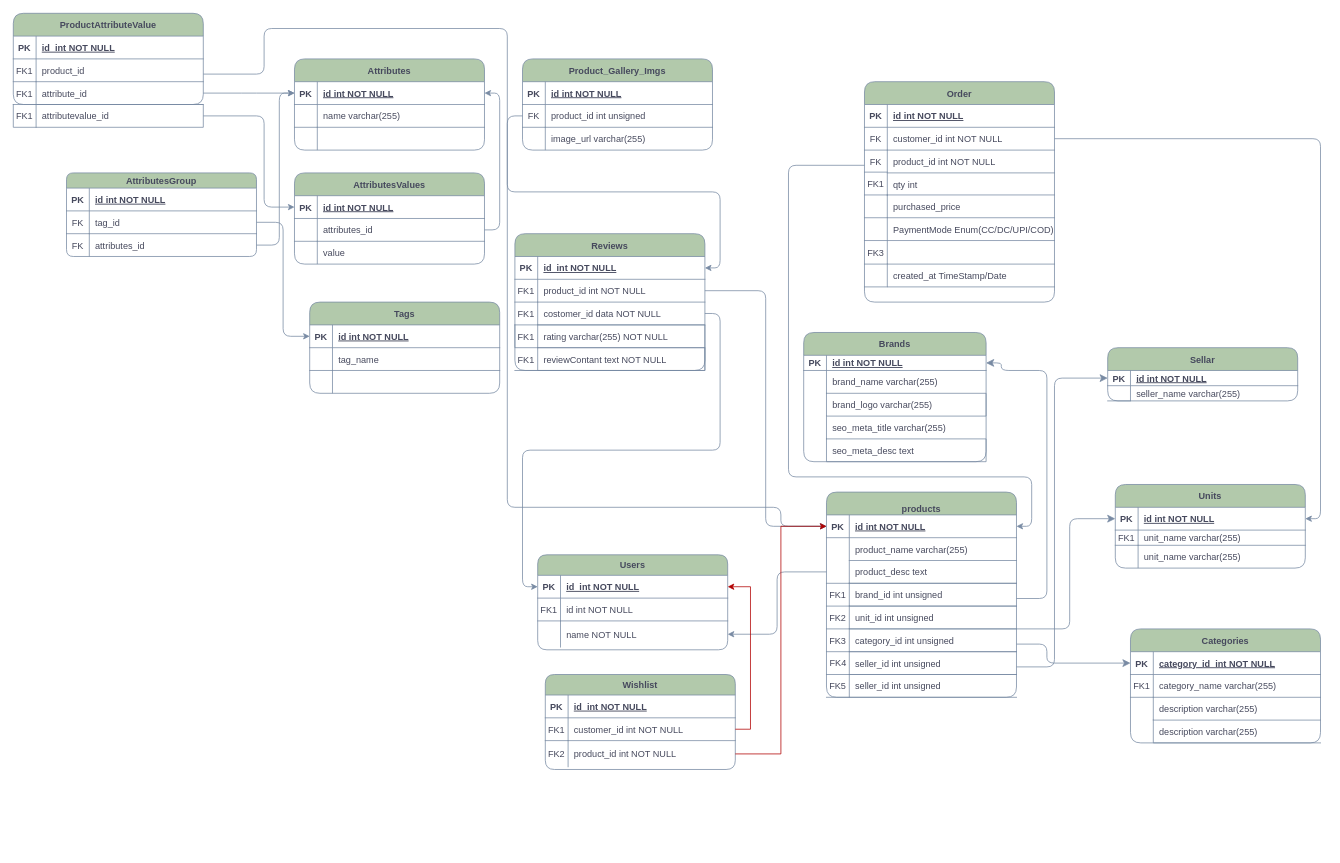
The draw.io diagram database/migrations/Untitled Diagram.drawio in Rajvirsingh617/ELECTRO, before the edit. Source tidied: cells renumbered, new cells numbered last; positions are measured from the earlier drawing's top-left corner, leaving out a move shared by most shapes. Both pictures are drawn from the tidied source at 76%, with x=0, y=0 at pixel (13, 13).
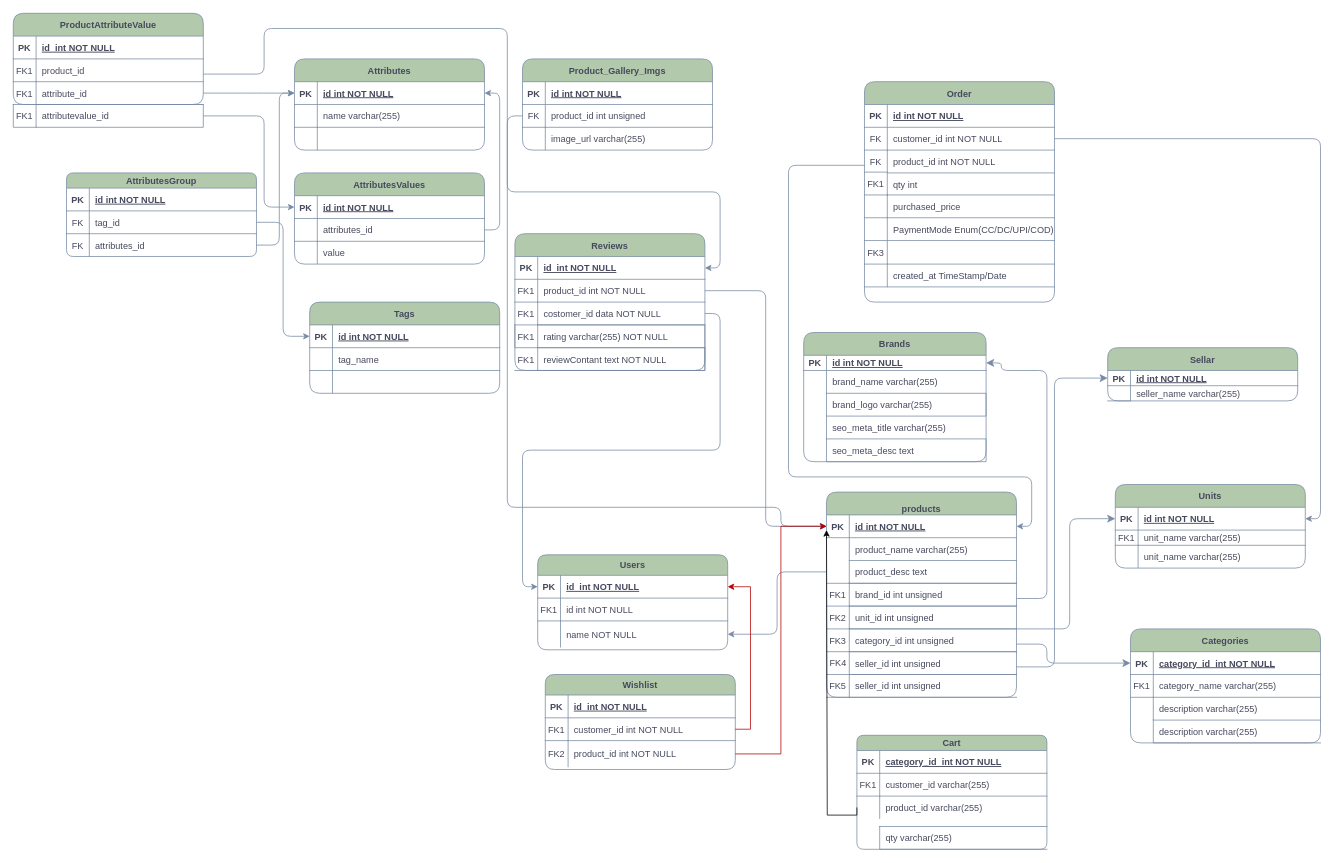
After the change.

What changed in the source:
```diff
@@
+    <mxCell id="208" style="group;labelBackgroundColor=none;fontColor=#46495D;rounded=1;" parent="1" vertex="1">
+      <mxGeometry x="1110" y="950" width="250" height="150" as="geometry" />
+    </mxCell>
+    <mxCell id="209" value="Cart" style="shape=table;startSize=20;childLayout=tableLayout;rowLines=0;fontStyle=1;align=center;labelBackgroundColor=none;fillColor=#B2C9AB;strokeColor=#788AA3;fontColor=#46495D;rounded=1;" parent="208" vertex="1">
+      <mxGeometry width="250" height="150" as="geometry" />
+    </mxCell>
+    <mxCell id="210" style="shape=partialRectangle;fillColor=none;top=0;left=0;right=0;bottom=1;labelBackgroundColor=none;strokeColor=#788AA3;fontColor=#46495D;rounded=1;" parent="209" vertex="1">
+      <mxGeometry y="20" width="250" height="30" as="geometry" />
+    </mxCell>
+    <mxCell id="211" value="PK" style="shape=partialRectangle;overflow=hidden;fillColor=none;top=0;left=0;bottom=0;right=0;fontStyle=1;labelBackgroundColor=none;strokeColor=#788AA3;fontColor=#46495D;rounded=1;" parent="210" vertex="1">
+      <mxGeometry width="30" height="30" as="geometry" />
+    </mxCell>
+    <mxCell id="212" value="category_id  int NOT NULL " style="shape=partialRectangle;overflow=hidden;fillColor=none;top=0;left=0;bottom=0;right=0;align=left;spacingLeft=6;fontStyle=5;labelBackgroundColor=none;strokeColor=#788AA3;fontColor=#46495D;rounded=1;" parent="210" vertex="1">
+      <mxGeometry x="30" width="220" height="30" as="geometry" />
+    </mxCell>
+    <mxCell id="213" style="shape=partialRectangle;fillColor=none;top=0;left=0;right=0;bottom=0;labelBackgroundColor=none;strokeColor=#788AA3;fontColor=#46495D;rounded=1;" parent="209" vertex="1">
+      <mxGeometry y="50" width="250" height="30" as="geometry" />
+    </mxCell>
+    <mxCell id="214" value="FK1" style="shape=partialRectangle;overflow=hidden;fillColor=none;top=0;left=0;bottom=1;right=0;labelBackgroundColor=none;strokeColor=#788AA3;fontColor=#46495D;rounded=1;" parent="213" vertex="1">
+      <mxGeometry width="30" height="30" as="geometry" />
+    </mxCell>
+    <mxCell id="215" value="customer_id varchar(255)" style="shape=partialRectangle;overflow=hidden;fillColor=none;top=0;left=0;bottom=0;right=0;align=left;spacingLeft=6;labelBackgroundColor=none;strokeColor=#788AA3;fontColor=#46495D;rounded=1;" parent="213" vertex="1">
+      <mxGeometry x="30" width="220" height="30" as="geometry" />
+    </mxCell>
+    <mxCell id="216" style="shape=partialRectangle;fillColor=none;points=[[0,0.5],[1,0.5]];portConstraint=eastwest;top=0;left=0;right=0;bottom=0;labelBackgroundColor=none;strokeColor=#788AA3;fontColor=#46495D;rounded=1;" parent="209" vertex="1">
+      <mxGeometry y="80" width="250" height="30" as="geometry" />
+    </mxCell>
+    <mxCell id="217" style="shape=partialRectangle;overflow=hidden;fillColor=none;top=0;left=0;bottom=0;right=0;labelBackgroundColor=none;strokeColor=#788AA3;fontColor=#46495D;rounded=1;" parent="216" vertex="1">
+      <mxGeometry width="30" height="30" as="geometry" />
+    </mxCell>
+    <mxCell id="218" value="product_id varchar(255)" style="shape=partialRectangle;overflow=hidden;fillColor=none;top=1;left=0;bottom=0;right=0;align=left;spacingLeft=6;labelBackgroundColor=none;strokeColor=#788AA3;fontColor=#46495D;rounded=1;" parent="216" vertex="1">
+      <mxGeometry x="30" width="220" height="30" as="geometry" />
+    </mxCell>
+    <mxCell id="219" value="qty varchar(255)" style="shape=partialRectangle;overflow=hidden;fillColor=none;top=1;left=1;bottom=1;right=0;align=left;spacingLeft=6;labelBackgroundColor=none;strokeColor=#788AA3;fontColor=#46495D;rounded=1;" parent="208" vertex="1">
+      <mxGeometry x="30" y="120" width="220" height="30" as="geometry" />
+    </mxCell>
+    <mxCell id="220" style="edgeStyle=orthogonalEdgeStyle;rounded=0;jettySize=auto;html=1;exitX=0;exitY=0.5;exitDx=0;exitDy=0;" parent="208" edge="1" source="216">
+      <mxGeometry relative="1" as="geometry">
+        <mxPoint x="-40" y="-270" as="targetPoint" />
+        <Array as="points">
+          <mxPoint x="-39" y="105" />
+        </Array>
+      </mxGeometry>
+    </mxCell>
```
